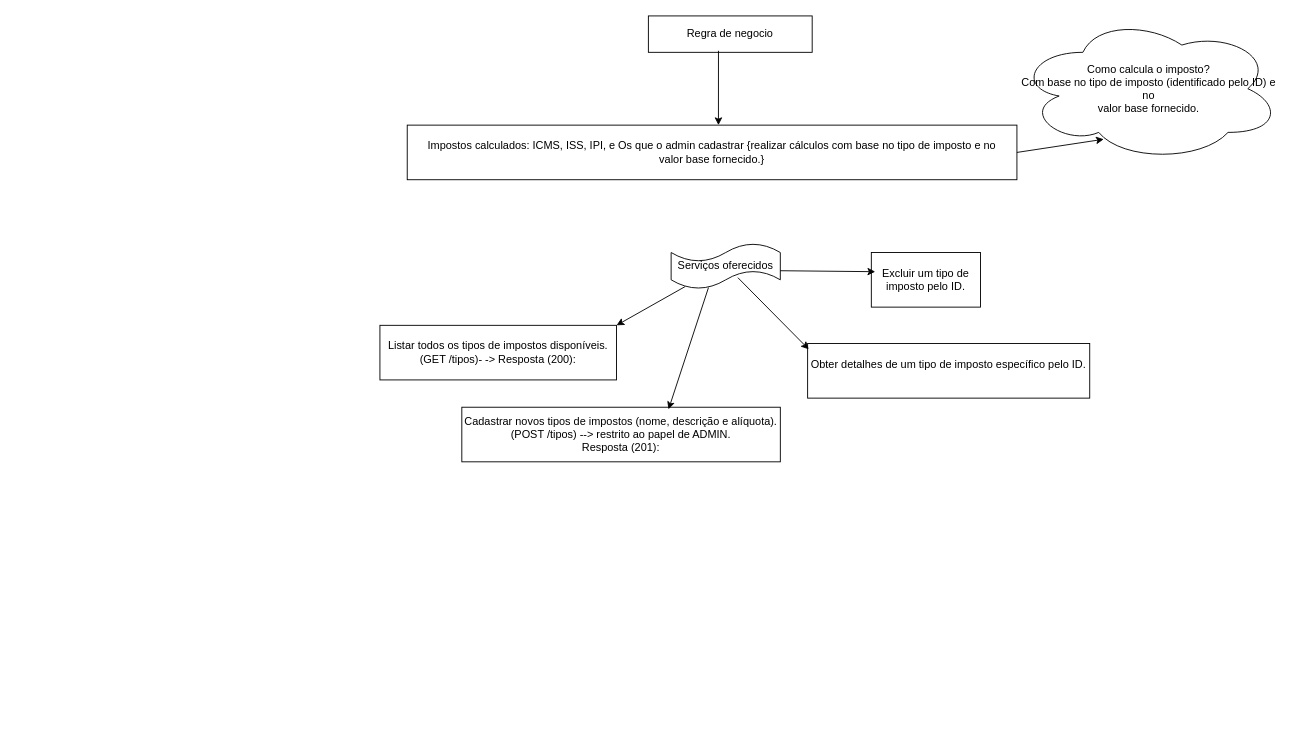
The draw.io diagram page "Regra de negocio" (1 of 2) of Diagrama sem nome.drawio in FabricioJS-ZUP/CalculoadoraDeImposto-Desafio-3, before the edit. Source tidied: cells renumbered, new cells numbered last; positions are measured from the earlier drawing's top-left corner, leaving out a move shared by most shapes. Both pictures are drawn from the tidied source at 91%, with x=0, y=0 at pixel (379, 15).
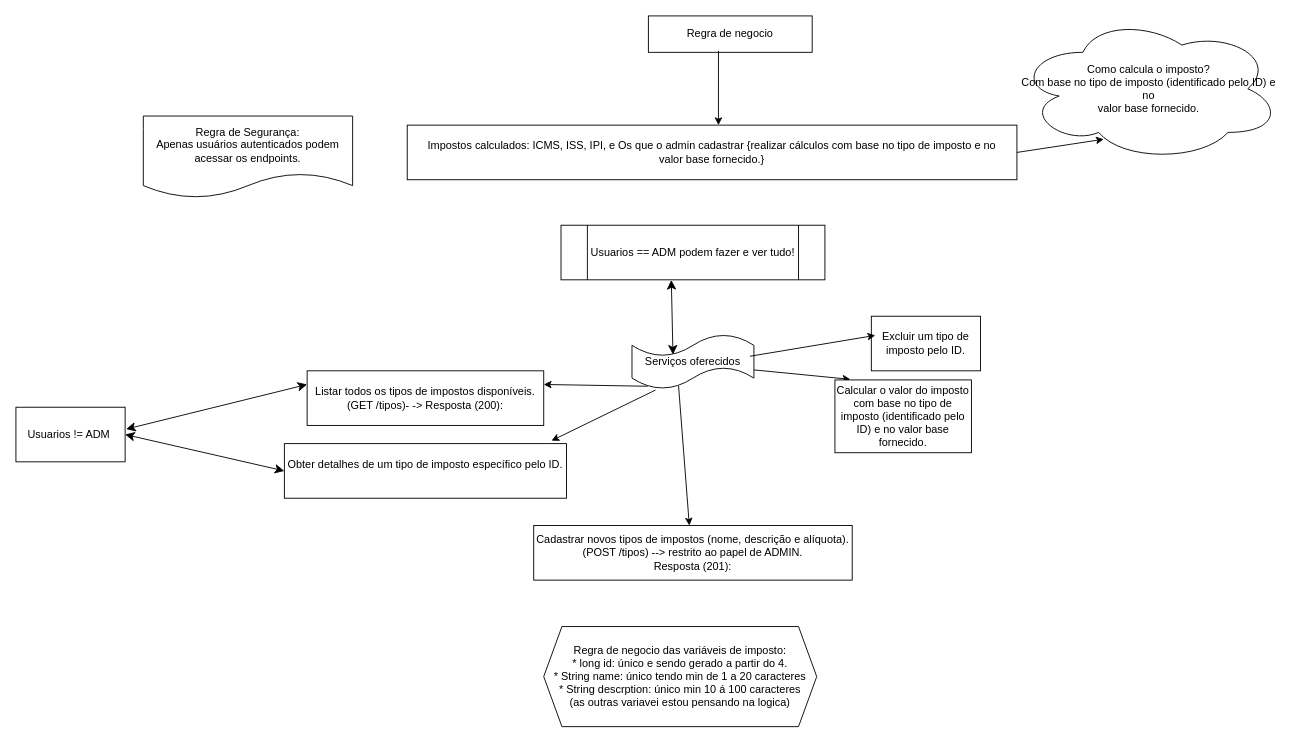
The same diagram, later.

Commit message:
docs: Restructuring the project logic and integrating tax endpoints

The edit, as a diff of the source:
```diff
@@
     <mxCell id="4" value="Serviços oferecidos" style="shape=tape;whiteSpace=wrap;html=1;" parent="1" vertex="1">
-      <mxGeometry x="320" y="250" width="120" height="50" as="geometry" />
+      <mxGeometry x="277" y="350" width="134" height="60" as="geometry" />
     </mxCell>
     <mxCell id="5" value="Listar todos os tipos de impostos disponíveis.&lt;div&gt;(GET /tipos)- -&amp;gt;&amp;nbsp;Resposta (200):&lt;/div&gt;" style="whiteSpace=wrap;html=1;" parent="1" vertex="1">
-      <mxGeometry y="340" width="260" height="60" as="geometry" />
+      <mxGeometry x="-80" y="390" width="260" height="60" as="geometry" />
     </mxCell>
     <mxCell id="6" value="Cadastrar novos tipos de impostos (nome, descrição e alíquota).&lt;div&gt;(POST /tipos) --&amp;gt;&amp;nbsp;restrito ao papel de ADMIN.&lt;/div&gt;&lt;div&gt;Resposta (201):&lt;/div&gt;" style="whiteSpace=wrap;html=1;" parent="1" vertex="1">
-      <mxGeometry x="90" y="430" width="350" height="60" as="geometry" />
+      <mxGeometry x="169" y="560" width="350" height="60" as="geometry" />
     </mxCell>
     <mxCell id="7" value="Obter detalhes de um tipo de imposto específico pelo ID.&lt;div&gt;&lt;br&gt;&lt;/div&gt;" style="whiteSpace=wrap;html=1;" parent="1" vertex="1">
-      <mxGeometry x="470" y="360" width="310" height="60" as="geometry" />
+      <mxGeometry x="-105" y="470" width="310" height="60" as="geometry" />
     </mxCell>
     <mxCell id="8" value="Excluir um tipo de imposto pelo ID." style="whiteSpace=wrap;html=1;" parent="1" vertex="1">
-      <mxGeometry x="540" y="260" width="120" height="60" as="geometry" />
+      <mxGeometry x="540" y="330" width="120" height="60" as="geometry" />
     </mxCell>
@@
-    <mxCell id="12" style="edgeStyle=none;jettySize=auto;html=1;rounded=0;entryX=1;entryY=0;entryDx=0;entryDy=0;exitX=0.128;exitY=0.949;exitDx=0;exitDy=0;exitPerimeter=0;" parent="1" edge="1" source="4" target="5">
+    <mxCell id="12" style="edgeStyle=none;jettySize=auto;html=1;rounded=0;entryX=1;entryY=0.25;entryDx=0;entryDy=0;exitX=0.128;exitY=0.949;exitDx=0;exitDy=0;exitPerimeter=0;" parent="1" edge="1" source="4" target="5">
       <mxGeometry relative="1" as="geometry" />
     </mxCell>
-    <mxCell id="13" style="edgeStyle=none;jettySize=auto;html=1;rounded=0;exitX=0.342;exitY=0.971;exitDx=0;exitDy=0;exitPerimeter=0;entryX=0.649;entryY=0.039;entryDx=0;entryDy=0;entryPerimeter=0;" parent="1" edge="1" source="4" target="6">
-      <mxGeometry relative="1" as="geometry" />
+    <mxCell id="13" style="edgeStyle=none;jettySize=auto;html=1;rounded=0;exitX=0.382;exitY=0.943;exitDx=0;exitDy=0;exitPerimeter=0;" parent="1" edge="1" source="4">
+      <mxGeometry relative="1" as="geometry">
+        <mxPoint x="340" y="560" as="targetPoint" />
+      </mxGeometry>
     </mxCell>
-    <mxCell id="14" style="edgeStyle=none;jettySize=auto;html=1;rounded=0;exitX=0.611;exitY=0.752;exitDx=0;exitDy=0;exitPerimeter=0;entryX=0.004;entryY=0.106;entryDx=0;entryDy=0;entryPerimeter=0;" parent="1" edge="1" source="4" target="7">
+    <mxCell id="14" style="edgeStyle=none;jettySize=auto;html=1;rounded=0;exitX=0.193;exitY=1.019;exitDx=0;exitDy=0;exitPerimeter=0;entryX=0.947;entryY=-0.054;entryDx=0;entryDy=0;entryPerimeter=0;" parent="1" edge="1" source="4" target="7">
       <mxGeometry relative="1" as="geometry" />
     </mxCell>
-    <mxCell id="15" style="edgeStyle=none;jettySize=auto;html=1;rounded=0;entryX=0.036;entryY=0.351;entryDx=0;entryDy=0;entryPerimeter=0;" parent="1" edge="1" target="8">
-      <mxGeometry relative="1" as="geometry">
-        <mxPoint x="440" y="280" as="sourcePoint" />
-      </mxGeometry>
+    <mxCell id="15" style="edgeStyle=none;jettySize=auto;html=1;rounded=0;entryX=0.036;entryY=0.351;entryDx=0;entryDy=0;entryPerimeter=0;exitX=0.967;exitY=0.4;exitDx=0;exitDy=0;exitPerimeter=0;" parent="1" edge="1" source="4" target="8">
+      <mxGeometry relative="1" as="geometry" />
     </mxCell>
+    <mxCell id="16" style="edgeStyle=none;jettySize=auto;html=1;rounded=0;exitX=1;exitY=0.65;exitDx=0;exitDy=0;exitPerimeter=0;entryX=0.113;entryY=-0.008;entryDx=0;entryDy=0;entryPerimeter=0;" parent="1" edge="1" source="4" target="17">
+      <mxGeometry relative="1" as="geometry" />
+    </mxCell>
+    <mxCell id="17" value="Calcular o valor do imposto com base no tipo de imposto (identificado pelo ID) e no valor base fornecido." style="whiteSpace=wrap;html=1;" parent="1" vertex="1">
+      <mxGeometry x="500" y="400" width="150" height="80" as="geometry" />
+    </mxCell>
+    <mxCell id="18" value="Usuarios != ADM&amp;nbsp;" style="whiteSpace=wrap;html=1;" parent="1" vertex="1">
+      <mxGeometry x="-400" y="430" width="120" height="60" as="geometry" />
+    </mxCell>
+    <mxCell id="19" style="edgeStyle=none;jettySize=auto;html=1;endArrow=classic;startArrow=classic;endSize=8;startSize=8;rounded=0;entryX=0;entryY=0.5;entryDx=0;entryDy=0;exitX=1;exitY=0.5;exitDx=0;exitDy=0;" parent="1" edge="1" source="18" target="7">
+      <mxGeometry relative="1" as="geometry" />
+    </mxCell>
+    <mxCell id="20" style="edgeStyle=none;jettySize=auto;html=1;endArrow=classic;startArrow=classic;endSize=8;startSize=8;rounded=0;entryX=0;entryY=0.25;entryDx=0;entryDy=0;exitX=1.009;exitY=0.401;exitDx=0;exitDy=0;exitPerimeter=0;" parent="1" edge="1" source="18" target="5">
+      <mxGeometry relative="1" as="geometry" />
+    </mxCell>
+    <mxCell id="21" value="Usuarios == ADM podem fazer e ver tudo!" style="shape=process;whiteSpace=wrap;html=1;backgroundOutline=1;" parent="1" vertex="1">
+      <mxGeometry x="199" y="230" width="290" height="60" as="geometry" />
+    </mxCell>
+    <mxCell id="22" style="edgeStyle=none;jettySize=auto;html=1;endArrow=classic;startArrow=classic;endSize=8;startSize=8;rounded=0;exitX=0.418;exitY=1.003;exitDx=0;exitDy=0;exitPerimeter=0;entryX=0.336;entryY=0.37;entryDx=0;entryDy=0;entryPerimeter=0;" parent="1" edge="1" source="21" target="4">
+      <mxGeometry relative="1" as="geometry" />
+    </mxCell>
+    <mxCell id="23" value="Regra de Segurança:&lt;div&gt;Apenas usuários autenticados podem acessar os endpoints.&lt;/div&gt;" style="shape=document;whiteSpace=wrap;html=1;boundedLbl=1;" parent="1" vertex="1">
+      <mxGeometry x="-260" y="110" width="230" height="90" as="geometry" />
+    </mxCell>
+    <mxCell id="24" value="Regra de negocio das variáveis de imposto:&lt;div&gt;* long id: único e sendo gerado a partir do 4.&lt;/div&gt;&lt;div&gt;*&lt;span style=&quot;background-color: transparent; color: light-dark(rgb(0, 0, 0), rgb(255, 255, 255));&quot;&gt;&amp;nbsp;String&amp;nbsp;&lt;/span&gt;&lt;span style=&quot;background-color: transparent;&quot;&gt;name: único tendo min de 1 a 20 caracteres&lt;/span&gt;&lt;/div&gt;&lt;div&gt;&lt;span style=&quot;background-color: transparent;&quot;&gt;* String descrption: único min 10 á 100 caracteres&lt;/span&gt;&lt;/div&gt;&lt;div&gt;(as outras variavei estou pensando na logica)&lt;/div&gt;" style="shape=hexagon;perimeter=hexagonPerimeter2;whiteSpace=wrap;html=1;fixedSize=1;" parent="1" vertex="1">
+      <mxGeometry x="180" y="671" width="300" height="110" as="geometry" />
+    </mxCell>
```
